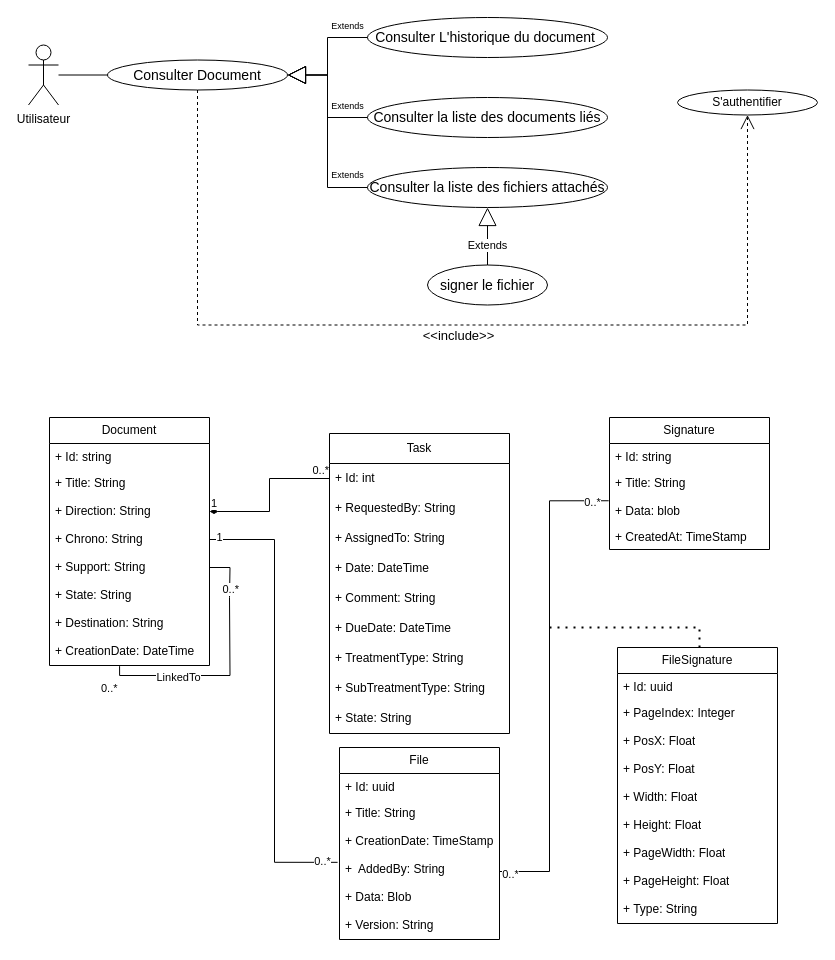
The draw.io diagram manageDocuments.drawio in PFE-Neoledge-2023/rapport, before the edit. Source tidied: cells renumbered, new cells numbered last; positions are measured from the earlier drawing's top-left corner, leaving out a move shared by most shapes. Both pictures are drawn from the tidied source at 100%, with x=0, y=0 at pixel (28, 17).
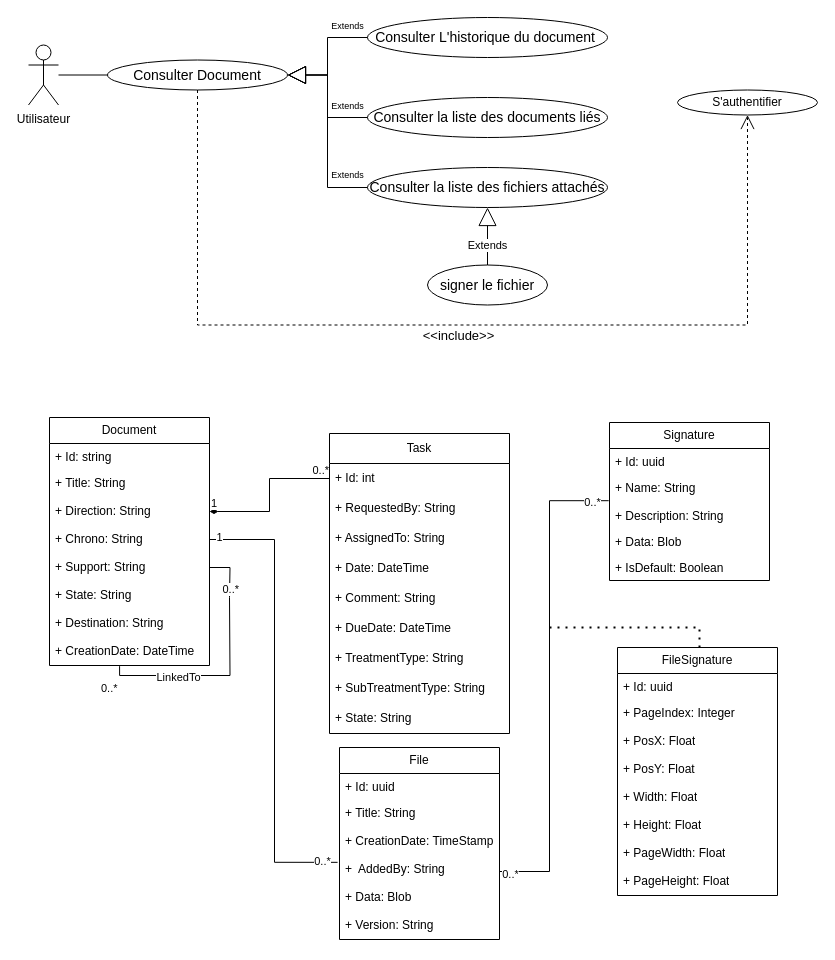
The same diagram, later.

The change refers to these unchanged cells:
```xml
<mxCell id="52" value="+&amp;nbsp; AddedBy: String" style="text;strokeColor=none;fillColor=none;align=left;verticalAlign=top;spacingLeft=4;spacingRight=4;overflow=hidden;points=[[0,0.5],[1,0.5]];portConstraint=eastwest;whiteSpace=wrap;html=1;rounded=0;shadow=0;glass=0;" parent="48" vertex="1">
  <mxGeometry y="108" width="160" height="28" as="geometry" />
</mxCell>
```

Change to the diagram source:
```diff
@@
-    <mxCell id="16" value="Signature" style="swimlane;fontStyle=0;horizontal=1;startSize=26;fillColor=none;whiteSpace=wrap;html=1;rounded=0;shadow=0;glass=0;" parent="1" vertex="1">
-      <mxGeometry x="581" y="400" width="160" height="132" as="geometry" />
-    </mxCell>
-    <mxCell id="17" value="+ Id: string" style="text;strokeColor=none;fillColor=none;align=left;verticalAlign=top;spacingLeft=4;spacingRight=4;overflow=hidden;whiteSpace=wrap;html=1;rounded=0;shadow=0;glass=0;" parent="16" vertex="1">
-      <mxGeometry y="26" width="160" height="26" as="geometry" />
-    </mxCell>
-    <mxCell id="18" value="+ Title: String" style="text;strokeColor=none;fillColor=none;align=left;verticalAlign=top;spacingLeft=4;spacingRight=4;overflow=hidden;whiteSpace=wrap;html=1;rounded=0;shadow=0;glass=0;" parent="16" vertex="1">
-      <mxGeometry y="52" width="160" height="28" as="geometry" />
-    </mxCell>
-    <mxCell id="19" value="+ Data: blob" style="text;strokeColor=none;fillColor=none;align=left;verticalAlign=top;spacingLeft=4;spacingRight=4;overflow=hidden;points=[[0,0.5],[1,0.5]];portConstraint=eastwest;whiteSpace=wrap;html=1;rounded=0;shadow=0;glass=0;" parent="16" vertex="1">
-      <mxGeometry y="80" width="160" height="26" as="geometry" />
-    </mxCell>
-    <mxCell id="20" value="+ CreatedAt: TimeStamp" style="text;strokeColor=none;fillColor=none;align=left;verticalAlign=top;spacingLeft=4;spacingRight=4;overflow=hidden;whiteSpace=wrap;html=1;rounded=0;shadow=0;glass=0;" parent="16" vertex="1">
-      <mxGeometry y="106" width="160" height="26" as="geometry" />
-    </mxCell>
@@
-    <mxCell id="58" style="edgeStyle=orthogonalEdgeStyle;rounded=0;jettySize=auto;html=1;entryX=-0.005;entryY=0.125;entryDx=0;entryDy=0;entryPerimeter=0;endArrow=none;endFill=0;exitX=1;exitY=0.5;exitDx=0;exitDy=0;" parent="1" edge="1" source="52" target="19">
+    <mxCell id="58" style="edgeStyle=orthogonalEdgeStyle;rounded=0;jettySize=auto;html=1;entryX=-0.005;entryY=0.125;entryDx=0;entryDy=0;entryPerimeter=0;endArrow=none;endFill=0;exitX=1;exitY=0.5;exitDx=0;exitDy=0;" parent="1" edge="1" source="52">
       <mxGeometry relative="1" as="geometry">
+        <mxPoint x="580.2" y="483.2" as="targetPoint" />
         <Array as="points">
           <mxPoint x="471" y="854" />
           <mxPoint x="521" y="854" />
           <mxPoint x="521" y="483" />
         </Array>
       </mxGeometry>
     </mxCell>
@@
     <mxCell id="62" value="FileSignature" style="swimlane;fontStyle=0;horizontal=1;startSize=26;fillColor=none;whiteSpace=wrap;html=1;rounded=0;shadow=0;glass=0;" parent="1" vertex="1">
-      <mxGeometry x="589" y="630" width="160" height="276" as="geometry" />
+      <mxGeometry x="589" y="630" width="160" height="248" as="geometry" />
     </mxCell>
@@
-    <mxCell id="71" value="+ Type: String" style="text;strokeColor=none;fillColor=none;align=left;verticalAlign=top;spacingLeft=4;spacingRight=4;overflow=hidden;whiteSpace=wrap;html=1;rounded=0;shadow=0;glass=0;" parent="62" vertex="1">
-      <mxGeometry y="248" width="160" height="28" as="geometry" />
-    </mxCell>
+    <mxCell id="16" value="Signature" style="swimlane;fontStyle=0;horizontal=1;startSize=26;fillColor=none;whiteSpace=wrap;html=1;rounded=0;shadow=0;glass=0;" parent="1" vertex="1">
+      <mxGeometry x="581" y="405" width="160" height="158" as="geometry" />
+    </mxCell>
+    <mxCell id="72" value="+ Id: uuid" style="text;strokeColor=none;fillColor=none;align=left;verticalAlign=top;spacingLeft=4;spacingRight=4;overflow=hidden;whiteSpace=wrap;html=1;rounded=0;shadow=0;glass=0;" parent="16" vertex="1">
+      <mxGeometry y="26" width="160" height="26" as="geometry" />
+    </mxCell>
+    <mxCell id="73" value="+ Name: String" style="text;strokeColor=none;fillColor=none;align=left;verticalAlign=top;spacingLeft=4;spacingRight=4;overflow=hidden;whiteSpace=wrap;html=1;rounded=0;shadow=0;glass=0;" parent="16" vertex="1">
+      <mxGeometry y="52" width="160" height="28" as="geometry" />
+    </mxCell>
+    <mxCell id="74" value="+ Description&lt;span style=&quot;background-color: initial;&quot;&gt;: String&lt;/span&gt;" style="text;strokeColor=none;fillColor=none;align=left;verticalAlign=top;spacingLeft=4;spacingRight=4;overflow=hidden;whiteSpace=wrap;html=1;rounded=0;shadow=0;glass=0;" parent="16" vertex="1">
+      <mxGeometry y="80" width="160" height="26" as="geometry" />
+    </mxCell>
+    <mxCell id="75" value="+ Data: Blob" style="text;strokeColor=none;fillColor=none;align=left;verticalAlign=top;spacingLeft=4;spacingRight=4;overflow=hidden;whiteSpace=wrap;html=1;rounded=0;shadow=0;glass=0;" parent="16" vertex="1">
+      <mxGeometry y="106" width="160" height="26" as="geometry" />
+    </mxCell>
+    <mxCell id="76" value="+&amp;nbsp;IsDefault&lt;span style=&quot;background-color: initial;&quot;&gt;: Boolean&lt;/span&gt;" style="text;strokeColor=none;fillColor=none;align=left;verticalAlign=top;spacingLeft=4;spacingRight=4;overflow=hidden;whiteSpace=wrap;html=1;rounded=0;shadow=0;glass=0;" parent="16" vertex="1">
+      <mxGeometry y="132" width="160" height="26" as="geometry" />
+    </mxCell>
```
